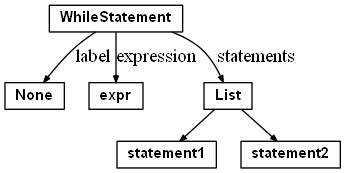
The Graphviz diagram document/Masterarbeit/images/WhileStatement.png in chrreisinger/OpenVC, before a commit. Its source is kept beside it as document/Masterarbeit/src/WhileStatement.dot. Source of this version:
```dot
digraph {
	ordering=out;
	ranksep=.3;
	node [shape=box, fixedsize=false, fontsize=11, fontname="Helvetica-bold", width=.25, height=.25];
	edge [arrowsize=.5, color="black"]

	WhileStatement:
	None;
	expr;
	List;
	statement1;
	statement2;

	WhileStatement -> None [label="label"]
	WhileStatement -> expr [label="expression"]
	WhileStatement -> List [label="statements"]
	List -> statement1
	List -> statement2
}
```
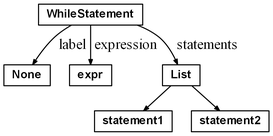
After the change.

Diff of the diagram source:
```diff
@@ -1,4 +1,5 @@
 digraph {
+	graph [ dpi = 300 ];
 	ordering=out;
 	ranksep=.3;
 	node [shape=box, fixedsize=false, fontsize=11, fontname="Helvetica-bold", width=.25, height=.25];
@@ -11,9 +12,9 @@
 	statement1;
 	statement2;
 
-	WhileStatement -> None [label="label"]
-	WhileStatement -> expr [label="expression"]
-	WhileStatement -> List [label="statements"]
+	WhileStatement -> None [label=" label"]
+	WhileStatement -> expr [label=" expression"]
+	WhileStatement -> List [label=" statements"]
 	List -> statement1
 	List -> statement2
 }
```
